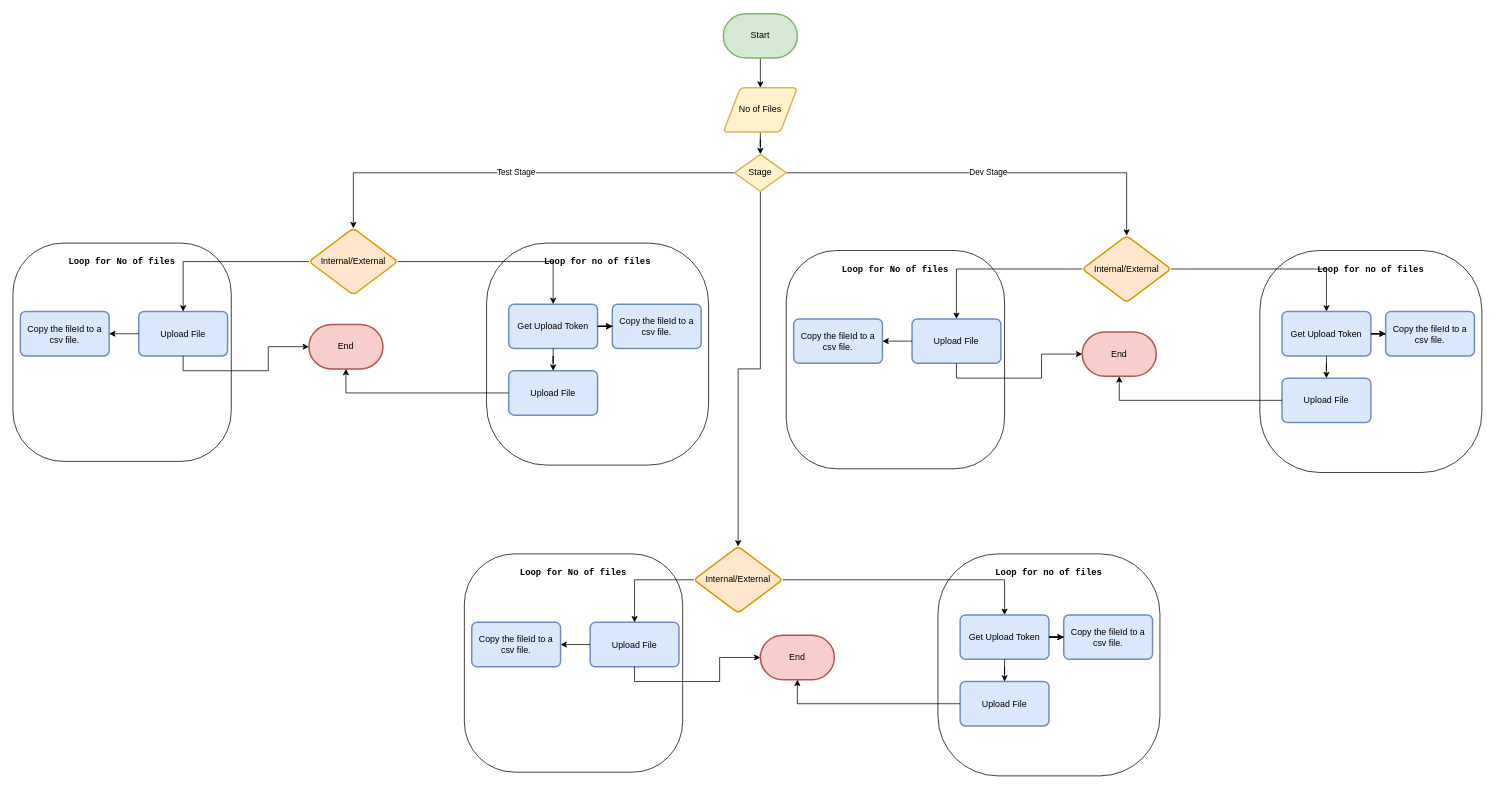
Before: UploadFileConsoleApp.drawio in jainabraham06/Flowcharts, a draw.io diagram. Source tidied: cells renumbered, new cells numbered last; positions are measured from the earlier drawing's top-left corner, leaving out a move shared by most shapes. Both pictures are drawn from the tidied source at 74%, with x=0, y=0 at pixel (13, 13).
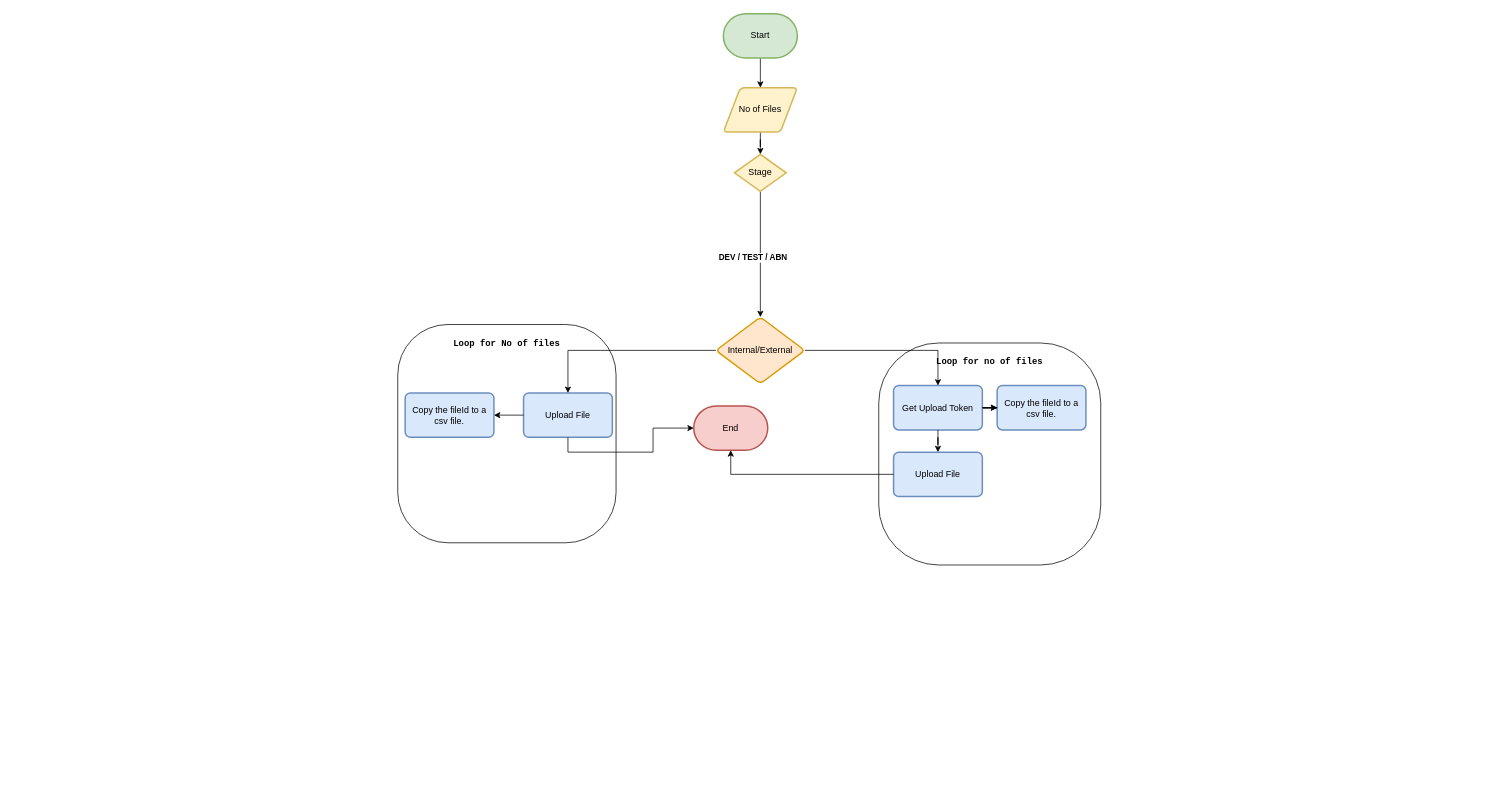
The same page after the edit.

The change refers to these unchanged cells:
```xml
<mxCell id="9" value="Stage" style="strokeWidth=2;html=1;shape=mxgraph.flowchart.decision;whiteSpace=wrap;fillColor=#fff2cc;strokeColor=#d6b656;" parent="1" vertex="1">
  <mxGeometry x="975" y="190" width="70" height="50" as="geometry" />
</mxCell>
<mxCell id="13" style="group;" parent="10" vertex="1">
  <mxGeometry x="640" y="20" width="300" height="300" as="geometry" />
</mxCell>
```

Diff of the diagram source:
```diff
@@
-    <mxCell id="6" value="Test Stage" style="edgeStyle=orthogonalEdgeStyle;rounded=0;jettySize=auto;html=1;exitX=0;exitY=0.5;exitDx=0;exitDy=0;exitPerimeter=0;entryX=0.5;entryY=0;entryDx=0;entryDy=0;" parent="1" edge="1" source="9" target="11">
-      <mxGeometry relative="1" as="geometry" />
+    <mxCell id="6" value="&lt;b&gt;DEV / TEST / ABN&lt;/b&gt;" style="edgeStyle=orthogonalEdgeStyle;rounded=0;jettySize=auto;html=1;entryX=0.5;entryY=0;entryDx=0;entryDy=0;exitX=0.5;exitY=1;exitDx=0;exitDy=0;exitPerimeter=0;" parent="1" edge="1" source="9" target="11">
+      <mxGeometry x="0.06" y="-10" relative="1" as="geometry" />
     </mxCell>
-    <mxCell id="7" value="Dev Stage" style="edgeStyle=orthogonalEdgeStyle;rounded=0;jettySize=auto;html=1;exitX=1;exitY=0.5;exitDx=0;exitDy=0;exitPerimeter=0;entryX=0.5;entryY=0;entryDx=0;entryDy=0;" parent="1" edge="1" source="9" target="33">
-      <mxGeometry relative="1" as="geometry" />
-    </mxCell>
-    <mxCell id="8" style="edgeStyle=orthogonalEdgeStyle;rounded=0;jettySize=auto;html=1;exitX=0.5;exitY=1;exitDx=0;exitDy=0;exitPerimeter=0;entryX=0.5;entryY=0;entryDx=0;entryDy=0;" parent="1" edge="1" source="9" target="55">
-      <mxGeometry relative="1" as="geometry" />
-    </mxCell>
@@
     <mxCell id="10" style="group;" parent="1" vertex="1">
-      <mxGeometry y="290" width="940" height="320" as="geometry" />
+      <mxGeometry x="520" y="400" width="940" height="320" as="geometry" />
     </mxCell>
     <mxCell id="11" value="Internal/External" style="rhombus;whiteSpace=wrap;html=1;strokeWidth=2;rounded=1;arcSize=12;fillColor=#ffe6cc;strokeColor=#d79b00;" parent="10" vertex="1">
-      <mxGeometry x="400" width="120" height="90" as="geometry" />
+      <mxGeometry x="430" y="10" width="120" height="90" as="geometry" />
     </mxCell>
@@
     <mxCell id="14" value="&lt;pre&gt;&lt;b&gt;Loop for no of files&lt;/b&gt;&lt;/pre&gt;" style="whiteSpace=wrap;html=1;fillColor=none;rounded=1;glass=0;shadow=0;arcSize=27;verticalAlign=top;" parent="13" vertex="1">
-      <mxGeometry width="300" height="300" as="geometry" />
+      <mxGeometry x="10" y="25" width="300" height="300" as="geometry" />
     </mxCell>
@@
-    <mxCell id="32" style="group;" parent="1" vertex="1">
-      <mxGeometry x="1045" y="300" width="940" height="320" as="geometry" />
-    </mxCell>
-    <mxCell id="33" value="Internal/External" style="rhombus;whiteSpace=wrap;html=1;strokeWidth=2;rounded=1;arcSize=12;fillColor=#ffe6cc;strokeColor=#d79b00;" parent="32" vertex="1">
-      <mxGeometry x="400" width="120" height="90" as="geometry" />
-    </mxCell>
-    <mxCell id="34" value="End" style="strokeWidth=2;html=1;shape=mxgraph.flowchart.terminator;whiteSpace=wrap;fillColor=#f8cecc;strokeColor=#b85450;" parent="32" vertex="1">
-      <mxGeometry x="400" y="130" width="100" height="60" as="geometry" />
-    </mxCell>
-    <mxCell id="35" style="group;" parent="32" vertex="1">
-      <mxGeometry x="640" y="20" width="300" height="300" as="geometry" />
-    </mxCell>
-    <mxCell id="36" value="&lt;pre&gt;&lt;b&gt;Loop for no of files&lt;/b&gt;&lt;/pre&gt;" style="whiteSpace=wrap;html=1;fillColor=none;rounded=1;glass=0;shadow=0;arcSize=27;verticalAlign=top;" parent="35" vertex="1">
-      <mxGeometry width="300" height="300" as="geometry" />
-    </mxCell>
-    <mxCell id="37" style="edgeStyle=orthogonalEdgeStyle;rounded=0;jettySize=auto;html=1;" parent="35" edge="1" source="38" target="41">
-      <mxGeometry relative="1" as="geometry" />
-    </mxCell>
-    <mxCell id="38" value="Get Upload Token" style="whiteSpace=wrap;html=1;strokeWidth=2;rounded=1;arcSize=12;fillColor=#dae8fc;strokeColor=#6c8ebf;" parent="35" vertex="1">
-      <mxGeometry x="30" y="82.5" width="120" height="60" as="geometry" />
-    </mxCell>
-    <mxCell id="39" value="Upload File" style="whiteSpace=wrap;html=1;strokeWidth=2;rounded=1;arcSize=12;fillColor=#dae8fc;strokeColor=#6c8ebf;" parent="35" vertex="1">
-      <mxGeometry x="30" y="172.5" width="120" height="60" as="geometry" />
-    </mxCell>
-    <mxCell id="40" style="edgeStyle=orthogonalEdgeStyle;rounded=0;jettySize=auto;html=1;" parent="35" edge="1" source="38" target="39">
-      <mxGeometry relative="1" as="geometry" />
-    </mxCell>
-    <mxCell id="41" value="Copy the fileId to a csv file." style="whiteSpace=wrap;html=1;strokeWidth=2;rounded=1;arcSize=12;fillColor=#dae8fc;strokeColor=#6c8ebf;" parent="35" vertex="1">
-      <mxGeometry x="170" y="82.5" width="120" height="60" as="geometry" />
-    </mxCell>
-    <mxCell id="42" style="edgeStyle=orthogonalEdgeStyle;rounded=0;orthogonalLoop=1;jettySize=auto;html=1;exitX=0.5;exitY=1;exitDx=0;exitDy=0;" parent="35" edge="1" source="36" target="36">
-      <mxGeometry relative="1" as="geometry" />
-    </mxCell>
-    <mxCell id="43" style="edgeStyle=orthogonalEdgeStyle;rounded=0;jettySize=auto;html=1;" parent="35" edge="1" source="38" target="41">
-      <mxGeometry relative="1" as="geometry" />
-    </mxCell>
-    <mxCell id="44" style="edgeStyle=orthogonalEdgeStyle;rounded=0;jettySize=auto;html=1;" parent="32" edge="1" source="33" target="38">
-      <mxGeometry relative="1" as="geometry" />
-    </mxCell>
-    <mxCell id="45" style="edgeStyle=orthogonalEdgeStyle;rounded=0;jettySize=auto;html=1;" parent="32" edge="1" source="39" target="34">
-      <mxGeometry relative="1" as="geometry" />
-    </mxCell>
-    <mxCell id="46" style="group;horizontal=0;verticalAlign=top;" parent="32" vertex="1">
-      <mxGeometry y="12.5" width="295" height="295" as="geometry" />
-    </mxCell>
-    <mxCell id="47" value="&lt;pre style=&quot;&quot;&gt;Loop for No of files&lt;/pre&gt;" style="whiteSpace=wrap;html=1;rounded=1;fillColor=none;arcSize=23;align=center;verticalAlign=top;horizontal=1;fontStyle=1;" parent="46" vertex="1">
-      <mxGeometry y="7.5" width="295" height="295" as="geometry" />
-    </mxCell>
-    <mxCell id="48" value="Upload File" style="whiteSpace=wrap;html=1;strokeWidth=2;rounded=1;arcSize=12;fillColor=#dae8fc;strokeColor=#6c8ebf;" parent="46" vertex="1">
-      <mxGeometry x="170" y="100" width="120" height="60" as="geometry" />
-    </mxCell>
-    <mxCell id="49" style="edgeStyle=orthogonalEdgeStyle;rounded=0;jettySize=auto;html=1;" parent="46" edge="1" source="48" target="51">
-      <mxGeometry relative="1" as="geometry" />
-    </mxCell>
-    <mxCell id="50" style="edgeStyle=orthogonalEdgeStyle;rounded=0;orthogonalLoop=1;jettySize=auto;html=1;exitX=0.5;exitY=1;exitDx=0;exitDy=0;" parent="46" edge="1" source="51" target="51">
-      <mxGeometry relative="1" as="geometry" />
-    </mxCell>
-    <mxCell id="51" value="Copy the fileId to a csv file." style="whiteSpace=wrap;html=1;strokeWidth=2;rounded=1;arcSize=12;fillColor=#dae8fc;strokeColor=#6c8ebf;" parent="46" vertex="1">
-      <mxGeometry x="10" y="100" width="120" height="60" as="geometry" />
-    </mxCell>
-    <mxCell id="52" style="edgeStyle=orthogonalEdgeStyle;rounded=0;jettySize=auto;html=1;" parent="32" edge="1" source="33" target="48">
-      <mxGeometry relative="1" as="geometry" />
-    </mxCell>
-    <mxCell id="53" style="edgeStyle=orthogonalEdgeStyle;rounded=0;jettySize=auto;html=1;exitX=0.5;exitY=1;exitDx=0;exitDy=0;entryX=0;entryY=0.5;entryDx=0;entryDy=0;entryPerimeter=0;" parent="32" edge="1" source="48" target="34">
-      <mxGeometry relative="1" as="geometry" />
-    </mxCell>
-    <mxCell id="54" style="group;" parent="1" vertex="1">
-      <mxGeometry x="610" y="710" width="940" height="320" as="geometry" />
-    </mxCell>
-    <mxCell id="55" value="Internal/External" style="rhombus;whiteSpace=wrap;html=1;strokeWidth=2;rounded=1;arcSize=12;fillColor=#ffe6cc;strokeColor=#d79b00;" parent="54" vertex="1">
-      <mxGeometry x="310" y="10" width="120" height="90" as="geometry" />
-    </mxCell>
-    <mxCell id="56" value="End" style="strokeWidth=2;html=1;shape=mxgraph.flowchart.terminator;whiteSpace=wrap;fillColor=#f8cecc;strokeColor=#b85450;" parent="54" vertex="1">
-      <mxGeometry x="400" y="130" width="100" height="60" as="geometry" />
-    </mxCell>
-    <mxCell id="57" style="group;" parent="54" vertex="1">
-      <mxGeometry x="640" y="20" width="300" height="300" as="geometry" />
-    </mxCell>
-    <mxCell id="58" value="&lt;pre&gt;&lt;b&gt;Loop for no of files&lt;/b&gt;&lt;/pre&gt;" style="whiteSpace=wrap;html=1;fillColor=none;rounded=1;glass=0;shadow=0;arcSize=27;verticalAlign=top;" parent="57" vertex="1">
-      <mxGeometry width="300" height="300" as="geometry" />
-    </mxCell>
-    <mxCell id="59" style="edgeStyle=orthogonalEdgeStyle;rounded=0;jettySize=auto;html=1;" parent="57" edge="1" source="60" target="63">
-      <mxGeometry relative="1" as="geometry" />
-    </mxCell>
-    <mxCell id="60" value="Get Upload Token" style="whiteSpace=wrap;html=1;strokeWidth=2;rounded=1;arcSize=12;fillColor=#dae8fc;strokeColor=#6c8ebf;" parent="57" vertex="1">
-      <mxGeometry x="30" y="82.5" width="120" height="60" as="geometry" />
-    </mxCell>
-    <mxCell id="61" value="Upload File" style="whiteSpace=wrap;html=1;strokeWidth=2;rounded=1;arcSize=12;fillColor=#dae8fc;strokeColor=#6c8ebf;" parent="57" vertex="1">
-      <mxGeometry x="30" y="172.5" width="120" height="60" as="geometry" />
-    </mxCell>
-    <mxCell id="62" style="edgeStyle=orthogonalEdgeStyle;rounded=0;jettySize=auto;html=1;" parent="57" edge="1" source="60" target="61">
-      <mxGeometry relative="1" as="geometry" />
-    </mxCell>
-    <mxCell id="63" value="Copy the fileId to a csv file." style="whiteSpace=wrap;html=1;strokeWidth=2;rounded=1;arcSize=12;fillColor=#dae8fc;strokeColor=#6c8ebf;" parent="57" vertex="1">
-      <mxGeometry x="170" y="82.5" width="120" height="60" as="geometry" />
-    </mxCell>
-    <mxCell id="64" style="edgeStyle=orthogonalEdgeStyle;rounded=0;orthogonalLoop=1;jettySize=auto;html=1;exitX=0.5;exitY=1;exitDx=0;exitDy=0;" parent="57" edge="1" source="58" target="58">
-      <mxGeometry relative="1" as="geometry" />
-    </mxCell>
-    <mxCell id="65" style="edgeStyle=orthogonalEdgeStyle;rounded=0;jettySize=auto;html=1;" parent="57" edge="1" source="60" target="63">
-      <mxGeometry relative="1" as="geometry" />
-    </mxCell>
-    <mxCell id="66" style="edgeStyle=orthogonalEdgeStyle;rounded=0;jettySize=auto;html=1;" parent="54" edge="1" source="55" target="60">
-      <mxGeometry relative="1" as="geometry" />
-    </mxCell>
-    <mxCell id="67" style="edgeStyle=orthogonalEdgeStyle;rounded=0;jettySize=auto;html=1;" parent="54" edge="1" source="61" target="56">
-      <mxGeometry relative="1" as="geometry" />
-    </mxCell>
-    <mxCell id="68" style="group;horizontal=0;verticalAlign=top;" parent="54" vertex="1">
-      <mxGeometry y="12.5" width="295" height="295" as="geometry" />
-    </mxCell>
-    <mxCell id="69" value="&lt;pre style=&quot;&quot;&gt;Loop for No of files&lt;/pre&gt;" style="whiteSpace=wrap;html=1;rounded=1;fillColor=none;arcSize=23;align=center;verticalAlign=top;horizontal=1;fontStyle=1;" parent="68" vertex="1">
-      <mxGeometry y="7.5" width="295" height="295" as="geometry" />
-    </mxCell>
-    <mxCell id="70" value="Upload File" style="whiteSpace=wrap;html=1;strokeWidth=2;rounded=1;arcSize=12;fillColor=#dae8fc;strokeColor=#6c8ebf;" parent="68" vertex="1">
-      <mxGeometry x="170" y="100" width="120" height="60" as="geometry" />
-    </mxCell>
-    <mxCell id="71" style="edgeStyle=orthogonalEdgeStyle;rounded=0;jettySize=auto;html=1;" parent="68" edge="1" source="70" target="73">
-      <mxGeometry relative="1" as="geometry" />
-    </mxCell>
-    <mxCell id="72" style="edgeStyle=orthogonalEdgeStyle;rounded=0;orthogonalLoop=1;jettySize=auto;html=1;exitX=0.5;exitY=1;exitDx=0;exitDy=0;" parent="68" edge="1" source="73" target="73">
-      <mxGeometry relative="1" as="geometry" />
-    </mxCell>
-    <mxCell id="73" value="Copy the fileId to a csv file." style="whiteSpace=wrap;html=1;strokeWidth=2;rounded=1;arcSize=12;fillColor=#dae8fc;strokeColor=#6c8ebf;" parent="68" vertex="1">
-      <mxGeometry x="10" y="100" width="120" height="60" as="geometry" />
-    </mxCell>
-    <mxCell id="74" style="edgeStyle=orthogonalEdgeStyle;rounded=0;jettySize=auto;html=1;" parent="54" edge="1" source="55" target="70">
-      <mxGeometry relative="1" as="geometry" />
-    </mxCell>
-    <mxCell id="75" style="edgeStyle=orthogonalEdgeStyle;rounded=0;jettySize=auto;html=1;exitX=0.5;exitY=1;exitDx=0;exitDy=0;entryX=0;entryY=0.5;entryDx=0;entryDy=0;entryPerimeter=0;" parent="54" edge="1" source="70" target="56">
-      <mxGeometry relative="1" as="geometry" />
-    </mxCell>
```
